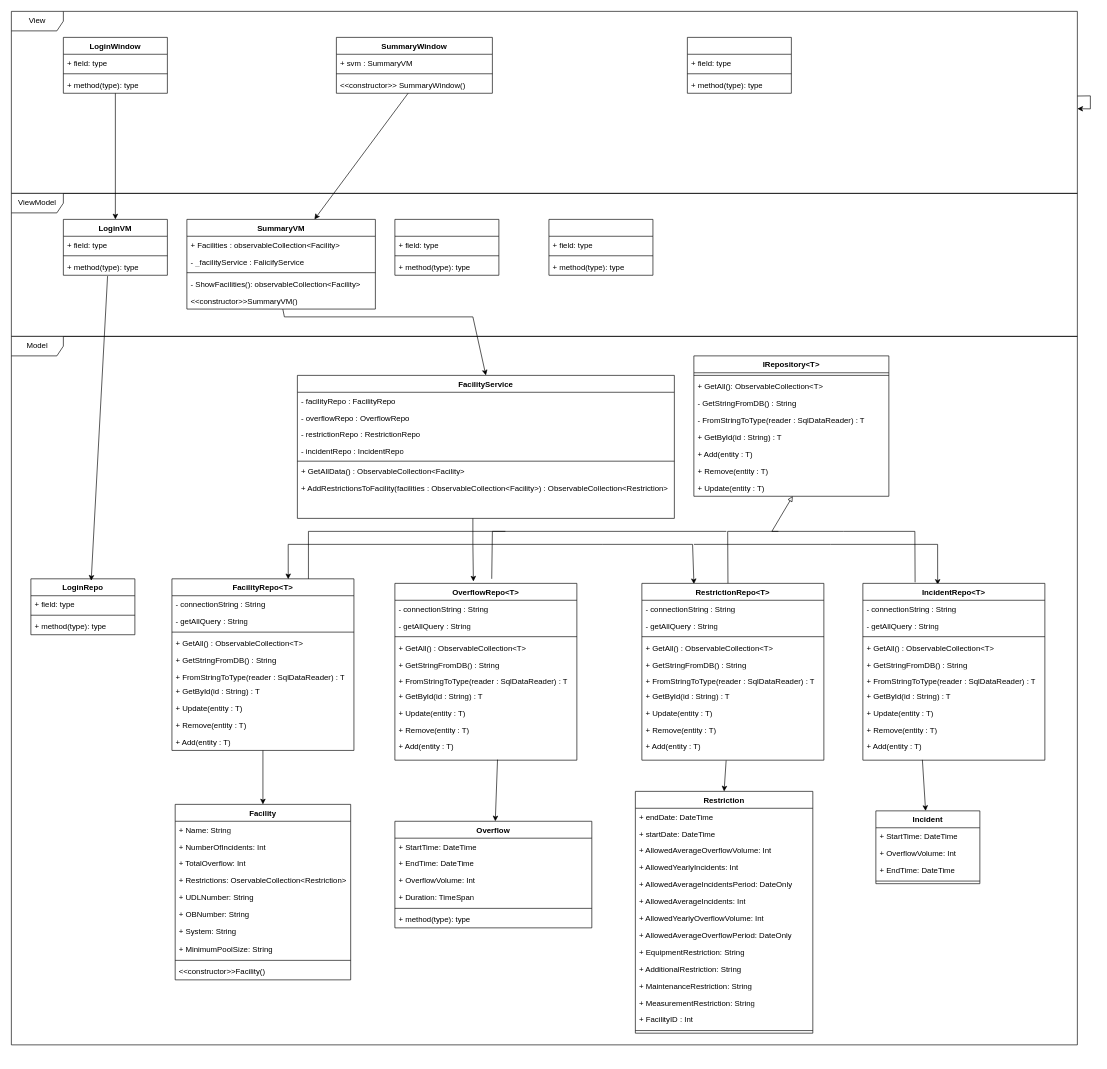
Before: page "Side-2" (2 of 2) of SD og DCD_UC1 - 2.drawio in DScharla/T14, a draw.io diagram. Source tidied: cells renumbered, new cells numbered last; positions are measured from the earlier drawing's top-left corner, leaving out a move shared by most shapes. Both pictures are drawn from the tidied source at 65%, with x=0, y=0 at pixel (11, 11).
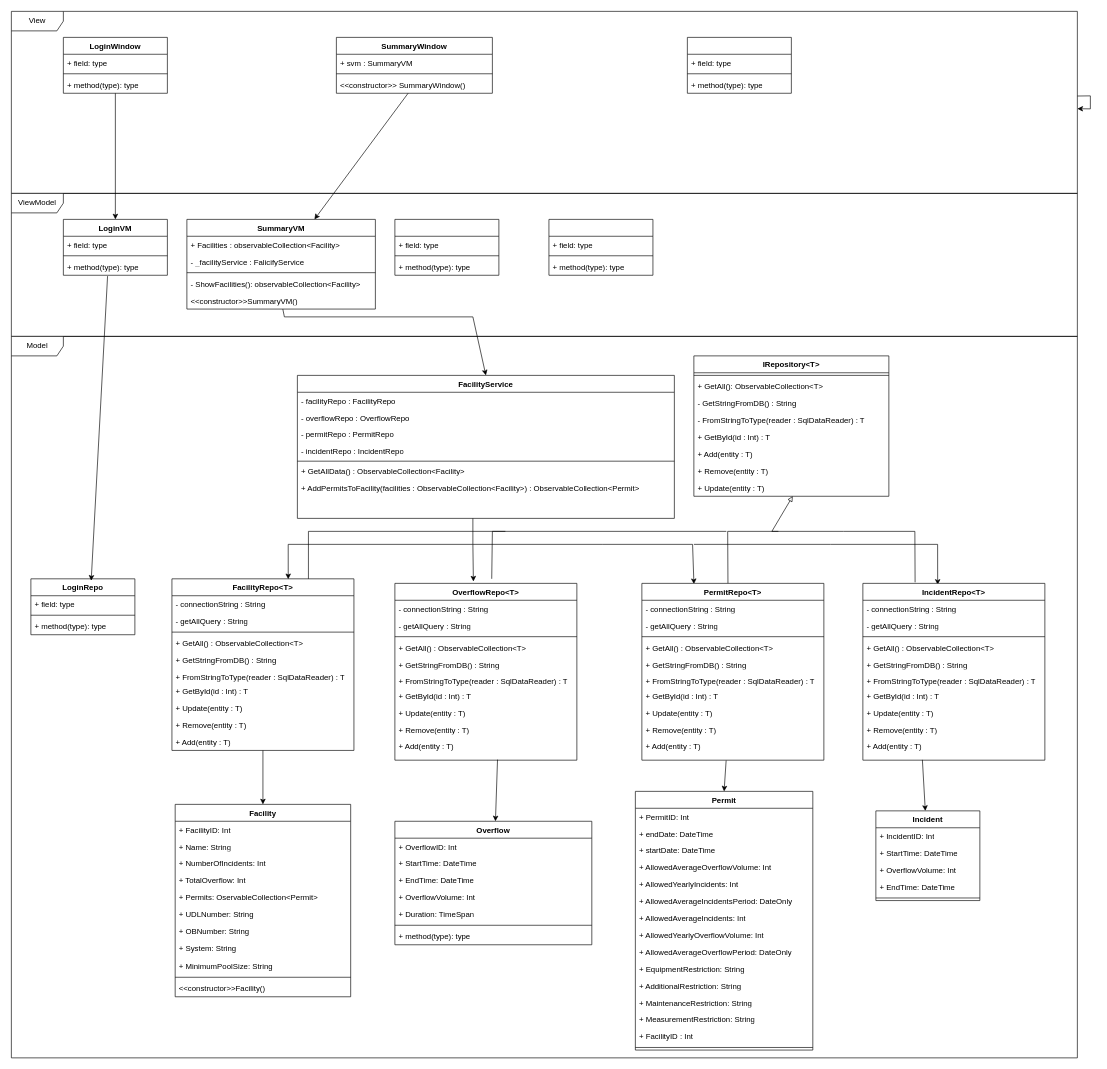
The same diagram, later.

Commit message (it also covers changes not shown here):
Opdateret ER og DCD med Permit frem for Restriction. Tilføjet ID'er på Incident, Overflow og Permit

Unchanged cells that the change refers to:
```xml
<mxCell id="24" value="FacilityRepo&amp;lt;T&amp;gt;" style="swimlane;fontStyle=1;align=center;verticalAlign=top;horizontal=1;startSize=26;whiteSpace=wrap;html=1;" parent="1" vertex="1">
  <mxGeometry x="247" y="873" width="280" height="264" as="geometry" />
</mxCell>
<mxCell id="84" value="IRepository&amp;lt;T&amp;gt;" style="swimlane;fontStyle=1;align=center;verticalAlign=top;horizontal=1;startSize=26;whiteSpace=wrap;html=1;" parent="1" vertex="1">
  <mxGeometry x="1050" y="530" width="300" height="216" as="geometry" />
</mxCell>
<mxCell id="102" value="FacilityService" style="swimlane;fontStyle=1;align=center;verticalAlign=top;horizontal=1;startSize=26;whiteSpace=wrap;html=1;" parent="1" vertex="1">
  <mxGeometry x="440" y="560" width="580" height="220" as="geometry" />
</mxCell>
<mxCell id="122" value="OverflowRepo&amp;lt;T&amp;gt;" style="swimlane;fontStyle=1;align=center;verticalAlign=top;horizontal=1;startSize=26;whiteSpace=wrap;html=1;" parent="1" vertex="1">
  <mxGeometry x="590" y="880" width="280" height="272" as="geometry" />
</mxCell>
<mxCell id="144" value="IncidentRepo&amp;lt;T&amp;gt;" style="swimlane;fontStyle=1;align=center;verticalAlign=top;horizontal=1;startSize=26;whiteSpace=wrap;html=1;" parent="1" vertex="1">
  <mxGeometry x="1310" y="880" width="280" height="272" as="geometry" />
</mxCell>
```

What changed in the source:
```diff
@@
-    <mxCell id="31" value="+ GetById(id : String) : T" style="text;strokeColor=none;fillColor=none;align=left;verticalAlign=top;spacingLeft=4;spacingRight=4;overflow=hidden;whiteSpace=wrap;html=1;" parent="24" vertex="1">
+    <mxCell id="31" value="+ GetById(id : Int) : T" style="text;strokeColor=none;fillColor=none;align=left;verticalAlign=top;spacingLeft=4;spacingRight=4;overflow=hidden;whiteSpace=wrap;html=1;" parent="24" vertex="1">
       <mxGeometry y="160" width="280" height="26" as="geometry" />
     </mxCell>
@@
     <mxCell id="43" value="Facility" style="swimlane;fontStyle=1;align=center;verticalAlign=top;horizontal=1;startSize=26;whiteSpace=wrap;html=1;" parent="1" vertex="1">
-      <mxGeometry x="252" y="1220" width="270" height="270" as="geometry" />
+      <mxGeometry x="252" y="1220" width="270" height="296" as="geometry" />
     </mxCell>
+    <mxCell id="155" value="+ FacilityID: Int" style="text;strokeColor=none;fillColor=none;align=left;verticalAlign=top;spacingLeft=4;spacingRight=4;overflow=hidden;whiteSpace=wrap;html=1;" parent="43" vertex="1">
+      <mxGeometry y="26" width="270" height="26" as="geometry" />
+    </mxCell>
     <mxCell id="44" value="+ Name: String" style="text;strokeColor=none;fillColor=none;align=left;verticalAlign=top;spacingLeft=4;spacingRight=4;overflow=hidden;whiteSpace=wrap;html=1;" parent="43" vertex="1">
-      <mxGeometry y="26" width="270" height="26" as="geometry" />
+      <mxGeometry y="52" width="270" height="26" as="geometry" />
     </mxCell>
     <mxCell id="45" value="+ NumberOfIncidents: Int" style="text;strokeColor=none;fillColor=none;align=left;verticalAlign=top;spacingLeft=4;spacingRight=4;overflow=hidden;whiteSpace=wrap;html=1;" parent="43" vertex="1">
-      <mxGeometry y="52" width="270" height="26" as="geometry" />
+      <mxGeometry y="78" width="270" height="26" as="geometry" />
     </mxCell>
     <mxCell id="46" value="+ TotalOverflow: Int" style="text;strokeColor=none;fillColor=none;align=left;verticalAlign=top;spacingLeft=4;spacingRight=4;overflow=hidden;whiteSpace=wrap;html=1;" parent="43" vertex="1">
-      <mxGeometry y="78" width="270" height="26" as="geometry" />
+      <mxGeometry y="104" width="270" height="26" as="geometry" />
     </mxCell>
-    <mxCell id="47" value="+ Restrictions: OservableCollection&amp;lt;Restriction&amp;gt;" style="text;strokeColor=none;fillColor=none;align=left;verticalAlign=top;spacingLeft=4;spacingRight=4;overflow=hidden;whiteSpace=wrap;html=1;" parent="43" vertex="1">
-      <mxGeometry y="104" width="270" height="26" as="geometry" />
+    <mxCell id="47" value="+ Permits: OservableCollection&amp;lt;Permit&amp;gt;" style="text;strokeColor=none;fillColor=none;align=left;verticalAlign=top;spacingLeft=4;spacingRight=4;overflow=hidden;whiteSpace=wrap;html=1;" parent="43" vertex="1">
+      <mxGeometry y="130" width="270" height="26" as="geometry" />
     </mxCell>
     <mxCell id="48" value="+ UDLNumber: String" style="text;strokeColor=none;fillColor=none;align=left;verticalAlign=top;spacingLeft=4;spacingRight=4;overflow=hidden;whiteSpace=wrap;html=1;" parent="43" vertex="1">
-      <mxGeometry y="130" width="270" height="26" as="geometry" />
+      <mxGeometry y="156" width="270" height="26" as="geometry" />
     </mxCell>
     <mxCell id="49" value="+ OBNumber: String" style="text;strokeColor=none;fillColor=none;align=left;verticalAlign=top;spacingLeft=4;spacingRight=4;overflow=hidden;whiteSpace=wrap;html=1;" parent="43" vertex="1">
-      <mxGeometry y="156" width="270" height="26" as="geometry" />
+      <mxGeometry y="182" width="270" height="26" as="geometry" />
     </mxCell>
     <mxCell id="50" value="+ System: String" style="text;strokeColor=none;fillColor=none;align=left;verticalAlign=top;spacingLeft=4;spacingRight=4;overflow=hidden;whiteSpace=wrap;html=1;" parent="43" vertex="1">
-      <mxGeometry y="182" width="270" height="28" as="geometry" />
+      <mxGeometry y="208" width="270" height="28" as="geometry" />
     </mxCell>
     <mxCell id="51" value="+ MinimumPoolSize: String" style="text;strokeColor=none;fillColor=none;align=left;verticalAlign=top;spacingLeft=4;spacingRight=4;overflow=hidden;whiteSpace=wrap;html=1;" parent="43" vertex="1">
-      <mxGeometry y="210" width="270" height="26" as="geometry" />
+      <mxGeometry y="236" width="270" height="26" as="geometry" />
     </mxCell>
     <mxCell id="52" style="line;strokeWidth=1;fillColor=none;align=left;verticalAlign=middle;spacingTop=-1;spacingLeft=3;spacingRight=3;labelPosition=right;strokeColor=inherit;" parent="43" vertex="1">
-      <mxGeometry y="236" width="270" height="8" as="geometry" />
+      <mxGeometry y="262" width="270" height="8" as="geometry" />
     </mxCell>
     <mxCell id="53" value="&amp;lt;&amp;lt;constructor&amp;gt;&amp;gt;Facility()" style="text;strokeColor=none;fillColor=none;align=left;verticalAlign=top;spacingLeft=4;spacingRight=4;overflow=hidden;whiteSpace=wrap;html=1;" parent="43" vertex="1">
-      <mxGeometry y="244" width="270" height="26" as="geometry" />
+      <mxGeometry y="270" width="270" height="26" as="geometry" />
     </mxCell>
@@
     <mxCell id="56" value="Model" style="shape=umlFrame;whiteSpace=wrap;html=1;width=80;height=30;" parent="1" vertex="1">
-      <mxGeometry y="500" width="1640" height="1090" as="geometry" />
+      <mxGeometry y="500" width="1640" height="1110" as="geometry" />
     </mxCell>
-    <mxCell id="57" value="Restriction" style="swimlane;fontStyle=1;align=center;verticalAlign=top;horizontal=1;startSize=26;whiteSpace=wrap;html=1;" parent="1" vertex="1">
-      <mxGeometry x="960" y="1200" width="273" height="372" as="geometry" />
+    <mxCell id="57" value="Permit" style="swimlane;fontStyle=1;align=center;verticalAlign=top;horizontal=1;startSize=26;whiteSpace=wrap;html=1;" parent="1" vertex="1">
+      <mxGeometry x="960" y="1200" width="273" height="398" as="geometry" />
     </mxCell>
+    <mxCell id="156" value="+ PermitID: Int&lt;span style=&quot;white-space: pre;&quot;&gt;&#9;&lt;/span&gt;" style="text;strokeColor=none;fillColor=none;align=left;verticalAlign=top;spacingLeft=4;spacingRight=4;overflow=hidden;whiteSpace=wrap;html=1;" parent="57" vertex="1">
+      <mxGeometry y="26" width="273" height="26" as="geometry" />
+    </mxCell>
     <mxCell id="58" value="+ endDate: DateTime&lt;span style=&quot;white-space: pre;&quot;&gt;&#9;&lt;/span&gt;" style="text;strokeColor=none;fillColor=none;align=left;verticalAlign=top;spacingLeft=4;spacingRight=4;overflow=hidden;whiteSpace=wrap;html=1;" parent="57" vertex="1">
-      <mxGeometry y="26" width="273" height="26" as="geometry" />
+      <mxGeometry y="52" width="273" height="26" as="geometry" />
     </mxCell>
     <mxCell id="59" value="+ startDate: DateTime" style="text;strokeColor=none;fillColor=none;align=left;verticalAlign=top;spacingLeft=4;spacingRight=4;overflow=hidden;whiteSpace=wrap;html=1;" parent="57" vertex="1">
-      <mxGeometry y="52" width="273" height="26" as="geometry" />
+      <mxGeometry y="78" width="273" height="26" as="geometry" />
     </mxCell>
     <mxCell id="60" value="+ AllowedAverageOverflowVolume: Int" style="text;strokeColor=none;fillColor=none;align=left;verticalAlign=top;spacingLeft=4;spacingRight=4;overflow=hidden;whiteSpace=wrap;html=1;" parent="57" vertex="1">
-      <mxGeometry y="78" width="273" height="26" as="geometry" />
+      <mxGeometry y="104" width="273" height="26" as="geometry" />
     </mxCell>
     <mxCell id="61" value="+ AllowedYearlyIncidents: Int" style="text;strokeColor=none;fillColor=none;align=left;verticalAlign=top;spacingLeft=4;spacingRight=4;overflow=hidden;whiteSpace=wrap;html=1;" parent="57" vertex="1">
-      <mxGeometry y="104" width="273" height="26" as="geometry" />
+      <mxGeometry y="130" width="273" height="26" as="geometry" />
     </mxCell>
     <mxCell id="62" value="+ AllowedAverageIncidentsPeriod: DateOnly" style="text;strokeColor=none;fillColor=none;align=left;verticalAlign=top;spacingLeft=4;spacingRight=4;overflow=hidden;whiteSpace=wrap;html=1;" parent="57" vertex="1">
-      <mxGeometry y="130" width="273" height="26" as="geometry" />
+      <mxGeometry y="156" width="273" height="26" as="geometry" />
     </mxCell>
     <mxCell id="63" value="+ AllowedAverageIncidents: Int" style="text;strokeColor=none;fillColor=none;align=left;verticalAlign=top;spacingLeft=4;spacingRight=4;overflow=hidden;whiteSpace=wrap;html=1;" parent="57" vertex="1">
-      <mxGeometry y="156" width="273" height="26" as="geometry" />
+      <mxGeometry y="182" width="273" height="26" as="geometry" />
     </mxCell>
     <mxCell id="64" value="+ AllowedYearlyOverflowVolume: Int" style="text;strokeColor=none;fillColor=none;align=left;verticalAlign=top;spacingLeft=4;spacingRight=4;overflow=hidden;whiteSpace=wrap;html=1;" parent="57" vertex="1">
-      <mxGeometry y="182" width="273" height="26" as="geometry" />
+      <mxGeometry y="208" width="273" height="26" as="geometry" />
     </mxCell>
     <mxCell id="65" value="+ AllowedAverageOverflowPeriod: DateOnly" style="text;strokeColor=none;fillColor=none;align=left;verticalAlign=top;spacingLeft=4;spacingRight=4;overflow=hidden;whiteSpace=wrap;html=1;" parent="57" vertex="1">
-      <mxGeometry y="208" width="273" height="26" as="geometry" />
+      <mxGeometry y="234" width="273" height="26" as="geometry" />
     </mxCell>
     <mxCell id="66" value="+ EquipmentRestriction: String" style="text;strokeColor=none;fillColor=none;align=left;verticalAlign=top;spacingLeft=4;spacingRight=4;overflow=hidden;whiteSpace=wrap;html=1;" parent="57" vertex="1">
-      <mxGeometry y="234" width="273" height="26" as="geometry" />
+      <mxGeometry y="260" width="273" height="26" as="geometry" />
     </mxCell>
     <mxCell id="67" value="+ AdditionalRestriction: String" style="text;strokeColor=none;fillColor=none;align=left;verticalAlign=top;spacingLeft=4;spacingRight=4;overflow=hidden;whiteSpace=wrap;html=1;" parent="57" vertex="1">
-      <mxGeometry y="260" width="273" height="26" as="geometry" />
+      <mxGeometry y="286" width="273" height="26" as="geometry" />
     </mxCell>
     <mxCell id="68" value="+ MaintenanceRestriction: String" style="text;strokeColor=none;fillColor=none;align=left;verticalAlign=top;spacingLeft=4;spacingRight=4;overflow=hidden;whiteSpace=wrap;html=1;" parent="57" vertex="1">
-      <mxGeometry y="286" width="273" height="26" as="geometry" />
+      <mxGeometry y="312" width="273" height="26" as="geometry" />
     </mxCell>
     <mxCell id="69" value="+ MeasurementRestriction: String" style="text;strokeColor=none;fillColor=none;align=left;verticalAlign=top;spacingLeft=4;spacingRight=4;overflow=hidden;whiteSpace=wrap;html=1;" parent="57" vertex="1">
-      <mxGeometry y="312" width="273" height="26" as="geometry" />
+      <mxGeometry y="338" width="273" height="26" as="geometry" />
     </mxCell>
     <mxCell id="70" value="+ FacilityID : Int" style="text;strokeColor=none;fillColor=none;align=left;verticalAlign=top;spacingLeft=4;spacingRight=4;overflow=hidden;whiteSpace=wrap;html=1;" parent="57" vertex="1">
-      <mxGeometry y="338" width="273" height="26" as="geometry" />
+      <mxGeometry y="364" width="273" height="26" as="geometry" />
     </mxCell>
     <mxCell id="71" style="line;strokeWidth=1;fillColor=none;align=left;verticalAlign=middle;spacingTop=-1;spacingLeft=3;spacingRight=3;labelPosition=right;strokeColor=inherit;" parent="57" vertex="1">
-      <mxGeometry y="364" width="273" height="8" as="geometry" />
+      <mxGeometry y="390" width="273" height="8" as="geometry" />
     </mxCell>
     <mxCell id="72" value="Overflow" style="swimlane;fontStyle=1;align=center;verticalAlign=top;horizontal=1;startSize=26;whiteSpace=wrap;html=1;" parent="1" vertex="1">
-      <mxGeometry x="590" y="1246" width="303" height="164" as="geometry" />
+      <mxGeometry x="590" y="1246" width="303" height="190" as="geometry" />
     </mxCell>
+    <mxCell id="157" value="+ OverflowID: Int" style="text;strokeColor=none;fillColor=none;align=left;verticalAlign=top;spacingLeft=4;spacingRight=4;overflow=hidden;whiteSpace=wrap;html=1;" parent="72" vertex="1">
+      <mxGeometry y="26" width="303" height="26" as="geometry" />
+    </mxCell>
     <mxCell id="73" value="+ StartTime: DateTime" style="text;strokeColor=none;fillColor=none;align=left;verticalAlign=top;spacingLeft=4;spacingRight=4;overflow=hidden;whiteSpace=wrap;html=1;" parent="72" vertex="1">
-      <mxGeometry y="26" width="303" height="26" as="geometry" />
+      <mxGeometry y="52" width="303" height="26" as="geometry" />
     </mxCell>
     <mxCell id="74" value="+ EndTime: DateTime" style="text;strokeColor=none;fillColor=none;align=left;verticalAlign=top;spacingLeft=4;spacingRight=4;overflow=hidden;whiteSpace=wrap;html=1;" parent="72" vertex="1">
-      <mxGeometry y="52" width="303" height="26" as="geometry" />
+      <mxGeometry y="78" width="303" height="26" as="geometry" />
     </mxCell>
     <mxCell id="75" value="+ OverflowVolume: Int" style="text;strokeColor=none;fillColor=none;align=left;verticalAlign=top;spacingLeft=4;spacingRight=4;overflow=hidden;whiteSpace=wrap;html=1;" parent="72" vertex="1">
-      <mxGeometry y="78" width="303" height="26" as="geometry" />
+      <mxGeometry y="104" width="303" height="26" as="geometry" />
     </mxCell>
     <mxCell id="76" value="+ Duration: TimeSpan" style="text;strokeColor=none;fillColor=none;align=left;verticalAlign=top;spacingLeft=4;spacingRight=4;overflow=hidden;whiteSpace=wrap;html=1;" parent="72" vertex="1">
-      <mxGeometry y="104" width="303" height="26" as="geometry" />
+      <mxGeometry y="130" width="303" height="26" as="geometry" />
     </mxCell>
     <mxCell id="77" style="line;strokeWidth=1;fillColor=none;align=left;verticalAlign=middle;spacingTop=-1;spacingLeft=3;spacingRight=3;labelPosition=right;strokeColor=inherit;" parent="72" vertex="1">
-      <mxGeometry y="130" width="303" height="8" as="geometry" />
+      <mxGeometry y="156" width="303" height="8" as="geometry" />
     </mxCell>
     <mxCell id="78" value="+ method(type): type" style="text;strokeColor=none;fillColor=none;align=left;verticalAlign=top;spacingLeft=4;spacingRight=4;overflow=hidden;whiteSpace=wrap;html=1;" parent="72" vertex="1">
-      <mxGeometry y="138" width="303" height="26" as="geometry" />
+      <mxGeometry y="164" width="303" height="26" as="geometry" />
     </mxCell>
     <mxCell id="79" value="Incident" style="swimlane;fontStyle=1;align=center;verticalAlign=top;horizontal=1;startSize=26;whiteSpace=wrap;html=1;" parent="1" vertex="1">
-      <mxGeometry x="1330" y="1230" width="160" height="112" as="geometry" />
+      <mxGeometry x="1330" y="1230" width="160" height="138" as="geometry" />
     </mxCell>
+    <mxCell id="158" value="+ IncidentID: Int" style="text;strokeColor=none;fillColor=none;align=left;verticalAlign=top;spacingLeft=4;spacingRight=4;overflow=hidden;whiteSpace=wrap;html=1;" parent="79" vertex="1">
+      <mxGeometry y="26" width="160" height="26" as="geometry" />
+    </mxCell>
     <mxCell id="80" value="+ StartTime: DateTime" style="text;strokeColor=none;fillColor=none;align=left;verticalAlign=top;spacingLeft=4;spacingRight=4;overflow=hidden;whiteSpace=wrap;html=1;" parent="79" vertex="1">
-      <mxGeometry y="26" width="160" height="26" as="geometry" />
+      <mxGeometry y="52" width="160" height="26" as="geometry" />
     </mxCell>
     <mxCell id="81" value="+ OverflowVolume: Int" style="text;strokeColor=none;fillColor=none;align=left;verticalAlign=top;spacingLeft=4;spacingRight=4;overflow=hidden;whiteSpace=wrap;html=1;" parent="79" vertex="1">
-      <mxGeometry y="52" width="160" height="26" as="geometry" />
+      <mxGeometry y="78" width="160" height="26" as="geometry" />
     </mxCell>
     <mxCell id="82" value="+ EndTime: DateTime" style="text;strokeColor=none;fillColor=none;align=left;verticalAlign=top;spacingLeft=4;spacingRight=4;overflow=hidden;whiteSpace=wrap;html=1;" parent="79" vertex="1">
-      <mxGeometry y="78" width="160" height="26" as="geometry" />
+      <mxGeometry y="104" width="160" height="26" as="geometry" />
     </mxCell>
     <mxCell id="83" style="line;strokeWidth=1;fillColor=none;align=left;verticalAlign=middle;spacingTop=-1;spacingLeft=3;spacingRight=3;labelPosition=right;strokeColor=inherit;" parent="79" vertex="1">
-      <mxGeometry y="104" width="160" height="8" as="geometry" />
+      <mxGeometry y="130" width="160" height="8" as="geometry" />
     </mxCell>
@@
-    <mxCell id="89" value="+ GetById(id : String) : T" style="text;strokeColor=none;fillColor=none;align=left;verticalAlign=top;spacingLeft=4;spacingRight=4;overflow=hidden;whiteSpace=wrap;html=1;" parent="84" vertex="1">
+    <mxCell id="89" value="+ GetById(id : Int) : T" style="text;strokeColor=none;fillColor=none;align=left;verticalAlign=top;spacingLeft=4;spacingRight=4;overflow=hidden;whiteSpace=wrap;html=1;" parent="84" vertex="1">
       <mxGeometry y="112" width="300" height="26" as="geometry" />
     </mxCell>
@@
-    <mxCell id="105" value="- restrictionRepo : RestrictionRepo" style="text;strokeColor=none;fillColor=none;align=left;verticalAlign=top;spacingLeft=4;spacingRight=4;overflow=hidden;whiteSpace=wrap;html=1;" parent="102" vertex="1">
+    <mxCell id="105" value="- permitRepo : PermitRepo" style="text;strokeColor=none;fillColor=none;align=left;verticalAlign=top;spacingLeft=4;spacingRight=4;overflow=hidden;whiteSpace=wrap;html=1;" parent="102" vertex="1">
       <mxGeometry y="78" width="580" height="26" as="geometry" />
     </mxCell>
@@
-    <mxCell id="109" value="+ AddRestrictionsToFacility(facilities : ObservableCollection&amp;lt;Facility&amp;gt;) : ObservableCollection&amp;lt;Restriction&amp;gt;" style="text;strokeColor=none;fillColor=none;align=left;verticalAlign=top;spacingLeft=4;spacingRight=4;overflow=hidden;whiteSpace=wrap;html=1;" parent="102" vertex="1">
+    <mxCell id="109" value="+ AddPermitsToFacility(facilities : ObservableCollection&amp;lt;Facility&amp;gt;) : ObservableCollection&amp;lt;Permit&amp;gt;" style="text;strokeColor=none;fillColor=none;align=left;verticalAlign=top;spacingLeft=4;spacingRight=4;overflow=hidden;whiteSpace=wrap;html=1;" parent="102" vertex="1">
       <mxGeometry y="160" width="580" height="60" as="geometry" />
     </mxCell>
@@
-    <mxCell id="129" value="+ GetById(id : String) : T" style="text;strokeColor=none;fillColor=none;align=left;verticalAlign=top;spacingLeft=4;spacingRight=4;overflow=hidden;whiteSpace=wrap;html=1;" parent="122" vertex="1">
+    <mxCell id="129" value="+ GetById(id : Int) : T" style="text;strokeColor=none;fillColor=none;align=left;verticalAlign=top;spacingLeft=4;spacingRight=4;overflow=hidden;whiteSpace=wrap;html=1;" parent="122" vertex="1">
       <mxGeometry y="160" width="280" height="26" as="geometry" />
     </mxCell>
@@
-    <mxCell id="133" value="RestrictionRepo&amp;lt;T&amp;gt;" style="swimlane;fontStyle=1;align=center;verticalAlign=top;horizontal=1;startSize=26;whiteSpace=wrap;html=1;" parent="1" vertex="1">
+    <mxCell id="133" value="PermitRepo&amp;lt;T&amp;gt;" style="swimlane;fontStyle=1;align=center;verticalAlign=top;horizontal=1;startSize=26;whiteSpace=wrap;html=1;" parent="1" vertex="1">
       <mxGeometry x="970" y="880" width="280" height="272" as="geometry" />
     </mxCell>
@@
-    <mxCell id="140" value="+ GetById(id : String) : T" style="text;strokeColor=none;fillColor=none;align=left;verticalAlign=top;spacingLeft=4;spacingRight=4;overflow=hidden;whiteSpace=wrap;html=1;" parent="133" vertex="1">
+    <mxCell id="140" value="+ GetById(id : Int) : T" style="text;strokeColor=none;fillColor=none;align=left;verticalAlign=top;spacingLeft=4;spacingRight=4;overflow=hidden;whiteSpace=wrap;html=1;" parent="133" vertex="1">
       <mxGeometry y="160" width="280" height="26" as="geometry" />
     </mxCell>
@@
-    <mxCell id="151" value="+ GetById(id : String) : T" style="text;strokeColor=none;fillColor=none;align=left;verticalAlign=top;spacingLeft=4;spacingRight=4;overflow=hidden;whiteSpace=wrap;html=1;" parent="144" vertex="1">
+    <mxCell id="151" value="+ GetById(id : Int) : T" style="text;strokeColor=none;fillColor=none;align=left;verticalAlign=top;spacingLeft=4;spacingRight=4;overflow=hidden;whiteSpace=wrap;html=1;" parent="144" vertex="1">
       <mxGeometry y="160" width="280" height="26" as="geometry" />
     </mxCell>
```
